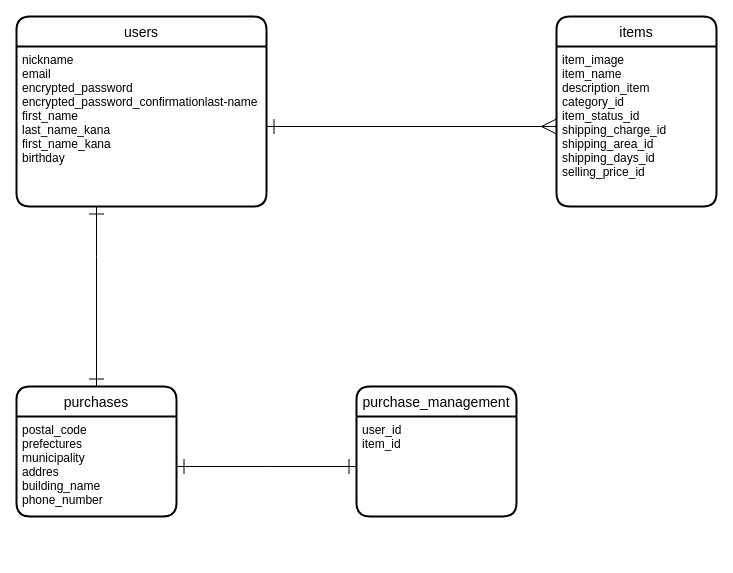
Before: furima-35215.dio in bkrcap/furima-35215, a draw.io diagram. Source tidied: cells renumbered, new cells numbered last; positions are measured from the earlier drawing's top-left corner, leaving out a move shared by most shapes. Both pictures are drawn from the tidied source at 100%, with x=0, y=0 at pixel (16, 16).
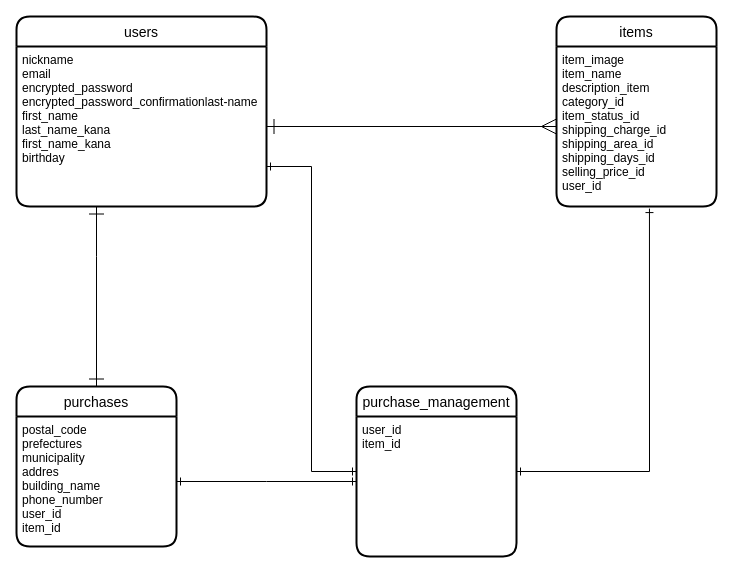
After the change.

Commit message (it also covers changes not shown here):
README.mdの修正(3回目)

Diff of the diagram source:
```diff
@@
 <mxGraphModel>
   <root>
     <mxCell id="0" />
     <mxCell id="1" parent="0" />
     <mxCell id="2" value="users" style="swimlane;horizontal=1;startSize=30;rounded=1;fontSize=14;fontStyle=0;strokeWidth=2;shadow=0;dashed=0;align=center;" parent="1" vertex="1">
       <mxGeometry width="250" height="190" as="geometry" />
     </mxCell>
     <mxCell id="3" value="nickname&#10;email&#10;encrypted_password&#10;encrypted_password_confirmationlast-name&#10;first_name&#10;last_name_kana&#10;first_name_kana&#10;birthday" style="align=left;strokeColor=none;fillColor=none;spacingLeft=4;fontSize=12;verticalAlign=top;" parent="2" vertex="1">
       <mxGeometry y="30" width="250" height="160" as="geometry" />
     </mxCell>
     <mxCell id="4" value="items" style="swimlane;horizontal=1;startSize=30;rounded=1;fontSize=14;fontStyle=0;strokeWidth=2;shadow=0;dashed=0;align=center;" parent="1" vertex="1">
       <mxGeometry x="540" width="160" height="190" as="geometry" />
     </mxCell>
-    <mxCell id="5" value="item_image&#10;item_name&#10;description_item&#10;category_id&#10;item_status_id&#10;shipping_charge_id&#10;shipping_area_id&#10;shipping_days_id&#10;selling_price_id" style="align=left;strokeColor=none;fillColor=none;spacingLeft=4;fontSize=12;verticalAlign=top;" parent="4" vertex="1">
+    <mxCell id="5" value="item_image&#10;item_name&#10;description_item&#10;category_id&#10;item_status_id&#10;shipping_charge_id&#10;shipping_area_id&#10;shipping_days_id&#10;selling_price_id&#10;user_id" style="align=left;strokeColor=none;fillColor=none;spacingLeft=4;fontSize=12;verticalAlign=top;" parent="4" vertex="1">
       <mxGeometry y="30" width="160" height="160" as="geometry" />
     </mxCell>
     <mxCell id="6" value="purchases" style="swimlane;horizontal=1;startSize=30;rounded=1;fontSize=14;fontStyle=0;strokeWidth=2;shadow=0;dashed=0;align=center;" parent="1" vertex="1">
-      <mxGeometry y="370" width="160" height="130" as="geometry" />
+      <mxGeometry y="370" width="160" height="160" as="geometry" />
     </mxCell>
-    <mxCell id="7" value="postal_code&#10;prefectures&#10;municipality&#10;addres&#10;building_name&#10;phone_number" style="align=left;strokeColor=none;fillColor=none;spacingLeft=4;fontSize=12;verticalAlign=top;" parent="6" vertex="1">
-      <mxGeometry y="30" width="160" height="100" as="geometry" />
+    <mxCell id="7" value="postal_code&#10;prefectures&#10;municipality&#10;addres&#10;building_name&#10;phone_number&#10;user_id&#10;item_id" style="align=left;strokeColor=none;fillColor=none;spacingLeft=4;fontSize=12;verticalAlign=top;" parent="6" vertex="1">
+      <mxGeometry y="30" width="160" height="130" as="geometry" />
     </mxCell>
     <mxCell id="8" style="edgeStyle=orthogonalEdgeStyle;rounded=0;jettySize=auto;html=1;entryX=0;entryY=0.5;entryDx=0;entryDy=0;startArrow=ERone;startFill=0;startSize=13;endArrow=ERmany;endFill=0;endSize=13;" parent="1" edge="1" source="3" target="5">
       <mxGeometry relative="1" as="geometry" />
     </mxCell>
     <mxCell id="9" style="edgeStyle=orthogonalEdgeStyle;rounded=0;jettySize=auto;html=1;entryX=0.5;entryY=0;entryDx=0;entryDy=0;startArrow=ERone;startFill=0;startSize=13;endArrow=ERone;endFill=0;endSize=13;" parent="1" edge="1" source="3" target="6">
       <mxGeometry relative="1" as="geometry">
         <Array as="points">
           <mxPoint x="80" y="240" />
           <mxPoint x="80" y="240" />
         </Array>
       </mxGeometry>
     </mxCell>
-    <mxCell id="10" style="edgeStyle=orthogonalEdgeStyle;rounded=0;jettySize=auto;html=1;entryX=0;entryY=0.5;entryDx=0;entryDy=0;startArrow=ERone;startFill=0;startSize=13;endArrow=ERone;endFill=0;endSize=13;" parent="1" edge="1" source="7">
-      <mxGeometry relative="1" as="geometry">
-        <mxPoint x="340" y="450" as="targetPoint" />
-      </mxGeometry>
-    </mxCell>
+    <mxCell id="13" style="edgeStyle=orthogonalEdgeStyle;rounded=0;jettySize=auto;html=1;startArrow=ERone;startFill=0;endArrow=ERone;endFill=0;entryX=0.581;entryY=1.013;entryDx=0;entryDy=0;entryPerimeter=0;" parent="1" edge="1" source="11" target="5">
+      <mxGeometry relative="1" as="geometry" />
+    </mxCell>
+    <mxCell id="14" style="edgeStyle=orthogonalEdgeStyle;rounded=0;jettySize=auto;html=1;entryX=1;entryY=0.75;entryDx=0;entryDy=0;startArrow=ERone;startFill=0;endArrow=ERone;endFill=0;" parent="1" edge="1" source="11" target="3">
+      <mxGeometry relative="1" as="geometry" />
+    </mxCell>
     <mxCell id="11" value="purchase_management" style="swimlane;horizontal=1;startSize=30;rounded=1;fontSize=14;fontStyle=0;strokeWidth=2;shadow=0;dashed=0;align=center;" parent="1" vertex="1">
-      <mxGeometry x="340" y="370" width="160" height="130" as="geometry" />
+      <mxGeometry x="340" y="370" width="160" height="170" as="geometry" />
     </mxCell>
     <mxCell id="12" value="user_id&#10;item_id&#10;" style="align=left;strokeColor=none;fillColor=none;spacingLeft=4;fontSize=12;verticalAlign=top;" parent="11" vertex="1">
-      <mxGeometry y="30" width="160" height="100" as="geometry" />
+      <mxGeometry y="30" width="160" height="140" as="geometry" />
     </mxCell>
+    <mxCell id="15" style="edgeStyle=orthogonalEdgeStyle;rounded=0;jettySize=auto;html=1;endArrow=ERone;endFill=0;startArrow=ERone;startFill=0;" parent="1" edge="1" source="7">
+      <mxGeometry relative="1" as="geometry">
+        <mxPoint x="340" y="465" as="targetPoint" />
+      </mxGeometry>
+    </mxCell>
   </root>
 </mxGraphModel>
```
